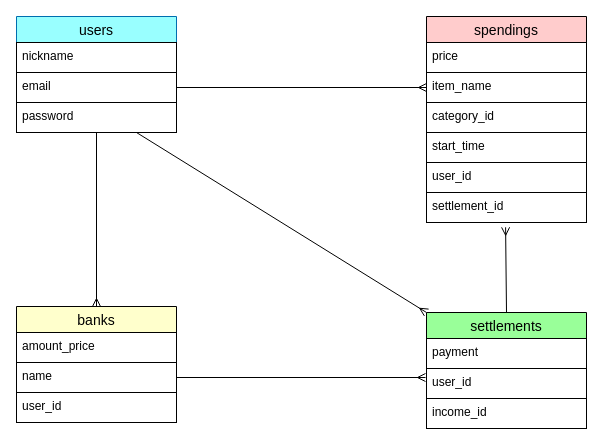
Earlier version of the draw.io diagram er_diagram.dio (Matt19950109/HowtoPay). Source tidied: cells renumbered, new cells numbered last; positions are measured from the earlier drawing's top-left corner, leaving out a move shared by most shapes. Both pictures are drawn from the tidied source at 100%, with x=0, y=0 at pixel (16, 16).
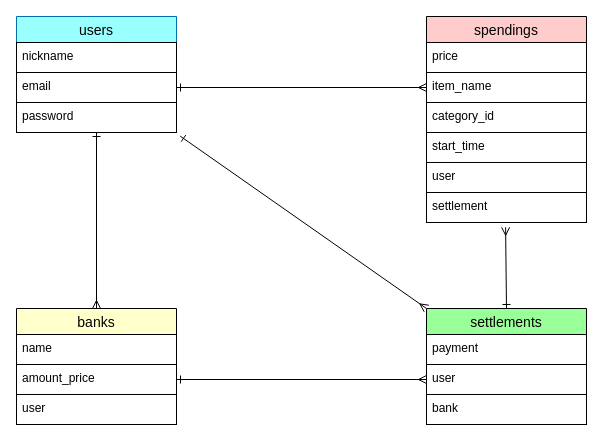
Above is the later version.

Commit message (it also covers changes not shown here):
DB設計にテーブルを追加

Unchanged cells that the change refers to:
```xml
<mxCell id="4" value="users" style="swimlane;fontStyle=0;horizontal=1;startSize=26;align=center;fontSize=14;fillColor=#99FFFF;fontColor=#000000;strokeColor=#006EAF;swimlaneFillColor=none;gradientColor=none;" parent="1" vertex="1">
  <mxGeometry width="160" height="116" as="geometry" />
</mxCell>
<mxCell id="6" value="email" style="text;spacingLeft=4;spacingRight=4;overflow=hidden;points=[[0,0.5],[1,0.5]];portConstraint=eastwest;fontSize=12;fontColor=#000000;strokeColor=#000000;" parent="4" vertex="1">
  <mxGeometry y="56" width="160" height="30" as="geometry" />
</mxCell>
<mxCell id="7" value="password" style="text;strokeColor=#000000;fillColor=none;spacingLeft=4;spacingRight=4;overflow=hidden;points=[[0,0.5],[1,0.5]];portConstraint=eastwest;fontSize=12;fontColor=#000000;" parent="4" vertex="1">
  <mxGeometry y="86" width="160" height="30" as="geometry" />
</mxCell>
<mxCell id="17" value="spendings" style="swimlane;fontStyle=0;horizontal=1;startSize=26;align=center;fontSize=14;fontColor=#000000;fillColor=#FFCCCC;strokeColor=#000000;" parent="1" vertex="1">
  <mxGeometry x="410" width="160" height="206" as="geometry" />
</mxCell>
<mxCell id="19" value="item_name" style="text;strokeColor=#000000;fillColor=none;spacingLeft=4;spacingRight=4;overflow=hidden;points=[[0,0.5],[1,0.5]];portConstraint=eastwest;fontSize=12;fontColor=#000000;" parent="17" vertex="1">
  <mxGeometry y="56" width="160" height="30" as="geometry" />
</mxCell>
```

Change to the diagram source:
```diff
@@
-    <mxCell id="2" style="edgeStyle=none;html=1;exitX=0.5;exitY=1;exitDx=0;exitDy=0;entryX=0.5;entryY=0;entryDx=0;entryDy=0;endArrow=ERmany;endFill=0;strokeColor=#000000;" parent="1" edge="1" source="4" target="13">
+    <mxCell id="2" style="edgeStyle=none;html=1;exitX=0.5;exitY=1;exitDx=0;exitDy=0;entryX=0.5;entryY=0;entryDx=0;entryDy=0;endArrow=ERmany;endFill=0;strokeColor=#000000;startArrow=ERone;startFill=0;" parent="1" edge="1" source="4" target="13">
       <mxGeometry relative="1" as="geometry" />
     </mxCell>
-    <mxCell id="3" style="edgeStyle=none;html=1;exitX=0.75;exitY=1;exitDx=0;exitDy=0;entryX=0;entryY=0;entryDx=0;entryDy=0;endArrow=ERmany;endFill=0;strokeColor=#000000;" parent="1" edge="1" source="4" target="9">
+    <mxCell id="3" style="edgeStyle=none;html=1;exitX=1.023;exitY=1.12;exitDx=0;exitDy=0;entryX=0;entryY=0;entryDx=0;entryDy=0;endArrow=ERmany;endFill=0;strokeColor=#000000;startArrow=ERone;startFill=0;exitPerimeter=0;" parent="1" edge="1" source="7" target="9">
       <mxGeometry relative="1" as="geometry" />
     </mxCell>
@@
-    <mxCell id="8" style="edgeStyle=none;html=1;exitX=0.5;exitY=0;exitDx=0;exitDy=0;entryX=0.482;entryY=1.16;entryDx=0;entryDy=0;entryPerimeter=0;endArrow=ERmany;endFill=0;strokeColor=#000000;" parent="1" edge="1" source="9">
+    <mxCell id="8" style="edgeStyle=none;html=1;exitX=0.5;exitY=0;exitDx=0;exitDy=0;entryX=0.482;entryY=1.16;entryDx=0;entryDy=0;entryPerimeter=0;endArrow=ERmany;endFill=0;strokeColor=#000000;startArrow=ERone;startFill=0;" parent="1" edge="1" source="9">
       <mxGeometry relative="1" as="geometry">
         <mxPoint x="489.1" y="210.8" as="targetPoint" />
       </mxGeometry>
     </mxCell>
     <mxCell id="9" value="settlements" style="swimlane;fontStyle=0;horizontal=1;startSize=26;align=center;fontSize=14;fontColor=#000000;fillColor=#99FF99;strokeColor=#000000;" parent="1" vertex="1">
-      <mxGeometry x="410" y="296" width="160" height="116" as="geometry" />
+      <mxGeometry x="410" y="292" width="160" height="116" as="geometry" />
     </mxCell>
@@
-    <mxCell id="11" value="user_id" style="text;strokeColor=#000000;fillColor=none;spacingLeft=4;spacingRight=4;overflow=hidden;points=[[0,0.5],[1,0.5]];portConstraint=eastwest;fontSize=12;fontColor=#000000;" parent="9" vertex="1">
+    <mxCell id="11" value="user" style="text;strokeColor=#000000;fillColor=none;spacingLeft=4;spacingRight=4;overflow=hidden;points=[[0,0.5],[1,0.5]];portConstraint=eastwest;fontSize=12;fontColor=#000000;" parent="9" vertex="1">
       <mxGeometry y="56" width="160" height="30" as="geometry" />
     </mxCell>
-    <mxCell id="12" value="income_id" style="text;strokeColor=#000000;fillColor=none;spacingLeft=4;spacingRight=4;overflow=hidden;fontSize=12;fontColor=#000000;" parent="9" vertex="1">
+    <mxCell id="12" value="bank" style="text;strokeColor=#000000;fillColor=none;spacingLeft=4;spacingRight=4;overflow=hidden;fontSize=12;fontColor=#000000;" parent="9" vertex="1">
       <mxGeometry y="86" width="160" height="30" as="geometry" />
     </mxCell>
     <mxCell id="13" value="banks" style="swimlane;fontStyle=0;horizontal=1;startSize=26;align=center;fontSize=14;fontColor=#000000;fillColor=#FFFFCC;strokeColor=#000000;" parent="1" vertex="1">
-      <mxGeometry y="290" width="160" height="116" as="geometry" />
+      <mxGeometry y="292" width="160" height="116" as="geometry" />
     </mxCell>
+    <mxCell id="15" value="name" style="text;strokeColor=#000000;fillColor=none;spacingLeft=4;spacingRight=4;overflow=hidden;points=[[0,0.5],[1,0.5]];portConstraint=eastwest;fontSize=12;fontColor=#000000;" parent="13" vertex="1">
+      <mxGeometry y="26" width="160" height="30" as="geometry" />
+    </mxCell>
     <mxCell id="14" value="amount_price" style="text;strokeColor=#000000;fillColor=none;spacingLeft=4;spacingRight=4;overflow=hidden;points=[[0,0.5],[1,0.5]];portConstraint=eastwest;fontSize=12;fontColor=#000000;" parent="13" vertex="1">
-      <mxGeometry y="26" width="160" height="30" as="geometry" />
+      <mxGeometry y="56" width="160" height="30" as="geometry" />
     </mxCell>
-    <mxCell id="15" value="name" style="text;strokeColor=#000000;fillColor=none;spacingLeft=4;spacingRight=4;overflow=hidden;points=[[0,0.5],[1,0.5]];portConstraint=eastwest;fontSize=12;fontColor=#000000;" parent="13" vertex="1">
-      <mxGeometry y="56" width="160" height="30" as="geometry" />
-    </mxCell>
-    <mxCell id="16" value="user_id" style="text;strokeColor=#000000;fillColor=none;spacingLeft=4;spacingRight=4;overflow=hidden;fontSize=12;fontColor=#000000;" parent="13" vertex="1">
+    <mxCell id="16" value="user" style="text;strokeColor=#000000;fillColor=none;spacingLeft=4;spacingRight=4;overflow=hidden;fontSize=12;fontColor=#000000;" parent="13" vertex="1">
       <mxGeometry y="86" width="160" height="30" as="geometry" />
     </mxCell>
@@
-    <mxCell id="22" value="user_id" style="text;strokeColor=#000000;fillColor=none;spacingLeft=4;spacingRight=4;overflow=hidden;fontSize=12;fontColor=#000000;" parent="17" vertex="1">
+    <mxCell id="22" value="user" style="text;strokeColor=#000000;fillColor=none;spacingLeft=4;spacingRight=4;overflow=hidden;fontSize=12;fontColor=#000000;" parent="17" vertex="1">
       <mxGeometry y="146" width="160" height="30" as="geometry" />
     </mxCell>
-    <mxCell id="23" value="settlement_id" style="text;strokeColor=#000000;fillColor=none;spacingLeft=4;spacingRight=4;overflow=hidden;fontSize=12;fontColor=#000000;" parent="17" vertex="1">
+    <mxCell id="23" value="settlement" style="text;strokeColor=#000000;fillColor=none;spacingLeft=4;spacingRight=4;overflow=hidden;fontSize=12;fontColor=#000000;" parent="17" vertex="1">
       <mxGeometry y="176" width="160" height="30" as="geometry" />
     </mxCell>
-    <mxCell id="24" style="edgeStyle=none;html=1;exitX=1;exitY=0.5;exitDx=0;exitDy=0;endArrow=ERmany;endFill=0;strokeColor=#000000;" parent="1" edge="1" source="15">
-      <mxGeometry relative="1" as="geometry">
-        <mxPoint x="409" y="361" as="targetPoint" />
-      </mxGeometry>
+    <mxCell id="24" style="edgeStyle=none;html=1;endArrow=ERmany;endFill=0;strokeColor=#000000;entryX=0;entryY=0.5;entryDx=0;entryDy=0;startArrow=ERone;startFill=0;" parent="1" edge="1" source="14" target="11">
+      <mxGeometry relative="1" as="geometry" />
     </mxCell>
-    <mxCell id="25" style="edgeStyle=none;html=1;exitX=1;exitY=0.5;exitDx=0;exitDy=0;entryX=0;entryY=0.5;entryDx=0;entryDy=0;endArrow=ERmany;endFill=0;strokeColor=#000000;" parent="1" edge="1" source="6" target="19">
+    <mxCell id="25" style="edgeStyle=none;html=1;exitX=1;exitY=0.5;exitDx=0;exitDy=0;entryX=0;entryY=0.5;entryDx=0;entryDy=0;endArrow=ERmany;endFill=0;strokeColor=#000000;startArrow=ERone;startFill=0;" parent="1" edge="1" source="6" target="19">
       <mxGeometry relative="1" as="geometry" />
     </mxCell>
```
